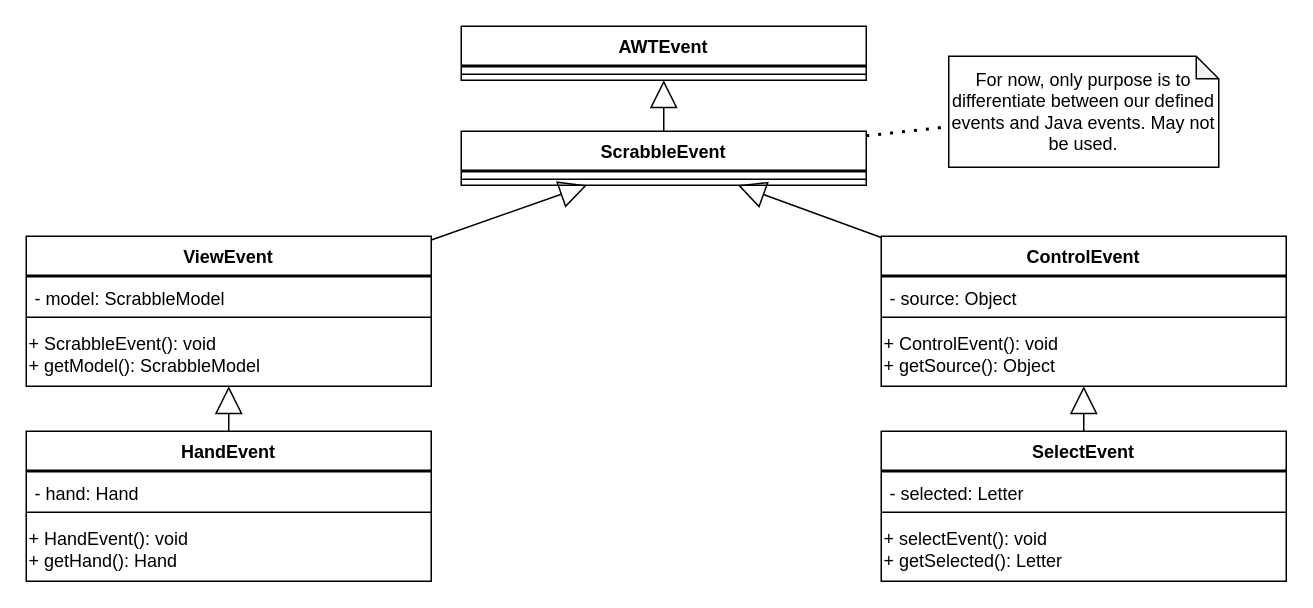
This is UML/M2/ScrabbleEventTree.drawio from trk20/Scuffle, a draw.io file, before an edit. Source tidied: cells renumbered, new cells numbered last; positions are measured from the earlier drawing's top-left corner, leaving out a move shared by most shapes. Both pictures are drawn from the tidied source at 150%, with x=0, y=0 at pixel (26, 26).
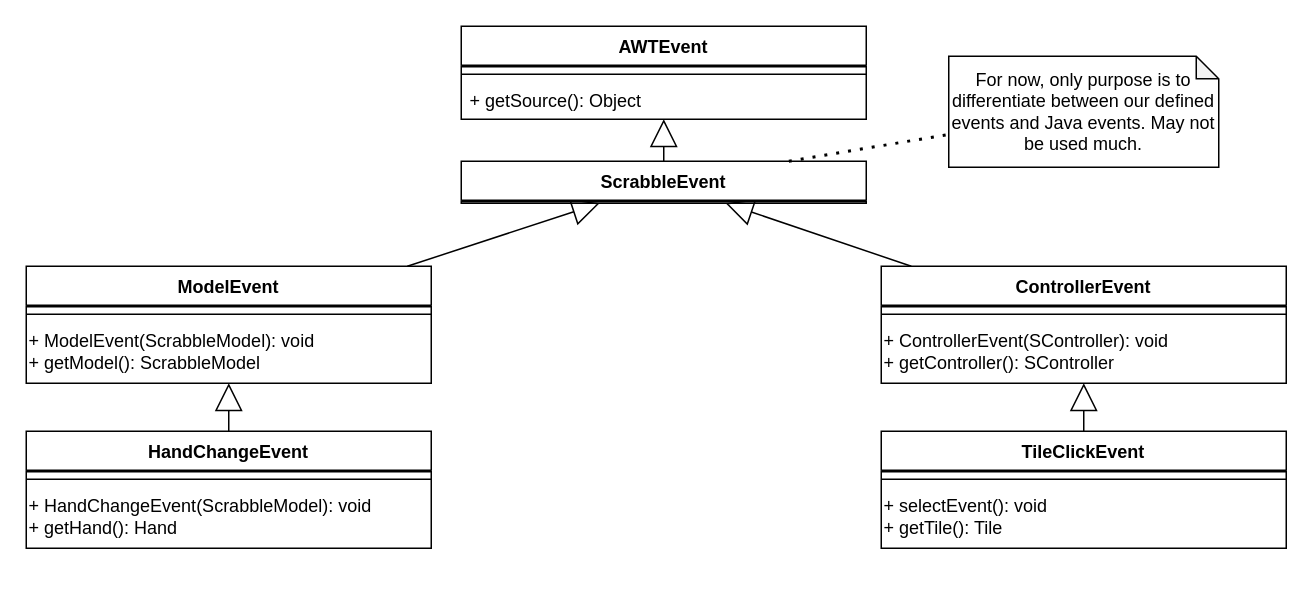
The same diagram, later.

The edit, as a diff of the source:
```diff
@@
-    <mxCell id="2" value="ViewEvent" style="swimlane;fontStyle=1;align=center;verticalAlign=top;horizontal=1;startSize=26;" parent="1" vertex="1">
-      <mxGeometry y="140" width="270" height="100" as="geometry" />
+    <mxCell id="2" value="ModelEvent" style="swimlane;fontStyle=1;align=center;verticalAlign=top;horizontal=1;startSize=26;" parent="1" vertex="1">
+      <mxGeometry y="160" width="270" height="78" as="geometry" />
     </mxCell>
@@
-    <mxCell id="4" value="- model: ScrabbleModel" style="text;strokeColor=none;fillColor=none;align=left;verticalAlign=top;spacingLeft=4;spacingRight=4;overflow=hidden;" parent="2" vertex="1">
-      <mxGeometry y="28" width="270" height="22" as="geometry" />
-    </mxCell>
     <mxCell id="5" style="line;strokeWidth=1;fillColor=none;align=left;verticalAlign=middle;spacingTop=-1;spacingLeft=3;spacingRight=3;labelPosition=right;" parent="2" vertex="1">
-      <mxGeometry y="50" width="270" height="8" as="geometry" />
+      <mxGeometry y="28" width="270" height="8" as="geometry" />
     </mxCell>
-    <mxCell id="6" value="&lt;span&gt;+ ScrabbleEvent(): void&lt;br&gt;+ getModel(): ScrabbleModel&lt;br&gt;&lt;/span&gt;" style="text;html=1;strokeColor=none;fillColor=none;align=left;verticalAlign=middle;whiteSpace=wrap;rounded=0;" parent="2" vertex="1">
-      <mxGeometry y="58" width="270" height="42" as="geometry" />
+    <mxCell id="6" value="&lt;span&gt;+ ModelEvent(ScrabbleModel): void&lt;br&gt;+ getModel(): ScrabbleModel&lt;br&gt;&lt;/span&gt;" style="text;html=1;strokeColor=none;fillColor=none;align=left;verticalAlign=middle;whiteSpace=wrap;rounded=0;" parent="2" vertex="1">
+      <mxGeometry y="36" width="270" height="42" as="geometry" />
     </mxCell>
@@
     <mxCell id="8" value="AWTEvent" style="swimlane;fontStyle=1;align=center;verticalAlign=top;horizontal=1;startSize=26;" parent="1" vertex="1">
-      <mxGeometry x="290" width="270" height="36" as="geometry" />
+      <mxGeometry x="290" width="270" height="62" as="geometry" />
     </mxCell>
@@
+    <mxCell id="35" value="+ getSource(): Object" style="text;strokeColor=none;fillColor=none;align=left;verticalAlign=top;spacingLeft=4;spacingRight=4;overflow=hidden;" parent="8" vertex="1">
+      <mxGeometry y="36" width="270" height="26" as="geometry" />
+    </mxCell>
-    <mxCell id="11" value="ControlEvent" style="swimlane;fontStyle=1;align=center;verticalAlign=top;horizontal=1;startSize=26;" parent="1" vertex="1">
-      <mxGeometry x="570" y="140" width="270" height="100" as="geometry" />
+    <mxCell id="11" value="ControllerEvent" style="swimlane;fontStyle=1;align=center;verticalAlign=top;horizontal=1;startSize=26;" parent="1" vertex="1">
+      <mxGeometry x="570" y="160" width="270" height="78" as="geometry" />
     </mxCell>
@@
-    <mxCell id="13" value="- source: Object" style="text;strokeColor=none;fillColor=none;align=left;verticalAlign=top;spacingLeft=4;spacingRight=4;overflow=hidden;" parent="11" vertex="1">
-      <mxGeometry y="28" width="270" height="22" as="geometry" />
-    </mxCell>
     <mxCell id="14" style="line;strokeWidth=1;fillColor=none;align=left;verticalAlign=middle;spacingTop=-1;spacingLeft=3;spacingRight=3;labelPosition=right;" parent="11" vertex="1">
-      <mxGeometry y="50" width="270" height="8" as="geometry" />
+      <mxGeometry y="28" width="270" height="8" as="geometry" />
     </mxCell>
-    <mxCell id="15" value="&lt;span&gt;+ ControlEvent(): void&lt;br&gt;+ getSource(): Object&lt;br&gt;&lt;/span&gt;" style="text;html=1;strokeColor=none;fillColor=none;align=left;verticalAlign=middle;whiteSpace=wrap;rounded=0;" parent="11" vertex="1">
-      <mxGeometry y="58" width="270" height="42" as="geometry" />
+    <mxCell id="15" value="&lt;span&gt;+ ControllerEvent(SController): void&lt;br&gt;+ getController(): SController&lt;br&gt;&lt;/span&gt;" style="text;html=1;strokeColor=none;fillColor=none;align=left;verticalAlign=middle;whiteSpace=wrap;rounded=0;" parent="11" vertex="1">
+      <mxGeometry y="36" width="270" height="42" as="geometry" />
     </mxCell>
@@
-    <mxCell id="17" value="SelectEvent" style="swimlane;fontStyle=1;align=center;verticalAlign=top;horizontal=1;startSize=26;" parent="1" vertex="1">
-      <mxGeometry x="570" y="270" width="270" height="100" as="geometry" />
+    <mxCell id="17" value="TileClickEvent" style="swimlane;fontStyle=1;align=center;verticalAlign=top;horizontal=1;startSize=26;" parent="1" vertex="1">
+      <mxGeometry x="570" y="270" width="270" height="78" as="geometry" />
     </mxCell>
@@
-    <mxCell id="19" value="- selected: Letter" style="text;strokeColor=none;fillColor=none;align=left;verticalAlign=top;spacingLeft=4;spacingRight=4;overflow=hidden;" parent="17" vertex="1">
-      <mxGeometry y="28" width="270" height="22" as="geometry" />
-    </mxCell>
     <mxCell id="20" style="line;strokeWidth=1;fillColor=none;align=left;verticalAlign=middle;spacingTop=-1;spacingLeft=3;spacingRight=3;labelPosition=right;" parent="17" vertex="1">
-      <mxGeometry y="50" width="270" height="8" as="geometry" />
+      <mxGeometry y="28" width="270" height="8" as="geometry" />
     </mxCell>
-    <mxCell id="21" value="&lt;span&gt;+ selectEvent(): void&lt;br&gt;+ getSelected(): Letter&lt;br&gt;&lt;/span&gt;" style="text;html=1;strokeColor=none;fillColor=none;align=left;verticalAlign=middle;whiteSpace=wrap;rounded=0;" parent="17" vertex="1">
-      <mxGeometry y="58" width="270" height="42" as="geometry" />
+    <mxCell id="21" value="&lt;span&gt;+ selectEvent(): void&lt;br&gt;+ getTile(): Tile&lt;br&gt;&lt;/span&gt;" style="text;html=1;strokeColor=none;fillColor=none;align=left;verticalAlign=middle;whiteSpace=wrap;rounded=0;" parent="17" vertex="1">
+      <mxGeometry y="36" width="270" height="42" as="geometry" />
     </mxCell>
@@
     <mxCell id="23" value="ScrabbleEvent" style="swimlane;fontStyle=1;align=center;verticalAlign=top;horizontal=1;startSize=26;" parent="1" vertex="1">
-      <mxGeometry x="290" y="70" width="270" height="36" as="geometry" />
+      <mxGeometry x="290" y="90" width="270" height="28" as="geometry" />
     </mxCell>
@@
-    <mxCell id="25" style="line;strokeWidth=1;fillColor=none;align=left;verticalAlign=middle;spacingTop=-1;spacingLeft=3;spacingRight=3;labelPosition=right;" parent="23" vertex="1">
-      <mxGeometry y="28" width="270" height="8" as="geometry" />
-    </mxCell>
@@
-    <mxCell id="27" value="For now, only purpose is to differentiate between our defined events and Java events. May not be used." style="shape=note;whiteSpace=wrap;html=1;backgroundOutline=1;darkOpacity=0.05;size=15;" parent="1" vertex="1">
+    <mxCell id="27" value="For now, only purpose is to differentiate between our defined events and Java events. May not be used much." style="shape=note;whiteSpace=wrap;html=1;backgroundOutline=1;darkOpacity=0.05;size=15;" parent="1" vertex="1">
       <mxGeometry x="615" y="20" width="180" height="74" as="geometry" />
     </mxCell>
@@
-    <mxCell id="29" value="HandEvent" style="swimlane;fontStyle=1;align=center;verticalAlign=top;horizontal=1;startSize=26;" parent="1" vertex="1">
-      <mxGeometry y="270" width="270" height="100" as="geometry" />
+    <mxCell id="29" value="HandChangeEvent" style="swimlane;fontStyle=1;align=center;verticalAlign=top;horizontal=1;startSize=26;" parent="1" vertex="1">
+      <mxGeometry y="270" width="270" height="78" as="geometry" />
     </mxCell>
@@
-    <mxCell id="31" value="- hand: Hand" style="text;strokeColor=none;fillColor=none;align=left;verticalAlign=top;spacingLeft=4;spacingRight=4;overflow=hidden;" parent="29" vertex="1">
-      <mxGeometry y="28" width="270" height="22" as="geometry" />
-    </mxCell>
     <mxCell id="32" style="line;strokeWidth=1;fillColor=none;align=left;verticalAlign=middle;spacingTop=-1;spacingLeft=3;spacingRight=3;labelPosition=right;" parent="29" vertex="1">
-      <mxGeometry y="50" width="270" height="8" as="geometry" />
+      <mxGeometry y="28" width="270" height="8" as="geometry" />
     </mxCell>
-    <mxCell id="33" value="&lt;span&gt;+ HandEvent(): void&lt;br&gt;+ getHand(): Hand&lt;br&gt;&lt;/span&gt;" style="text;html=1;strokeColor=none;fillColor=none;align=left;verticalAlign=middle;whiteSpace=wrap;rounded=0;" parent="29" vertex="1">
-      <mxGeometry y="58" width="270" height="42" as="geometry" />
+    <mxCell id="33" value="&lt;span&gt;+ HandChangeEvent(ScrabbleModel): void&lt;br&gt;+ getHand(): Hand&lt;br&gt;&lt;/span&gt;" style="text;html=1;strokeColor=none;fillColor=none;align=left;verticalAlign=middle;whiteSpace=wrap;rounded=0;" parent="29" vertex="1">
+      <mxGeometry y="36" width="270" height="42" as="geometry" />
     </mxCell>
```
